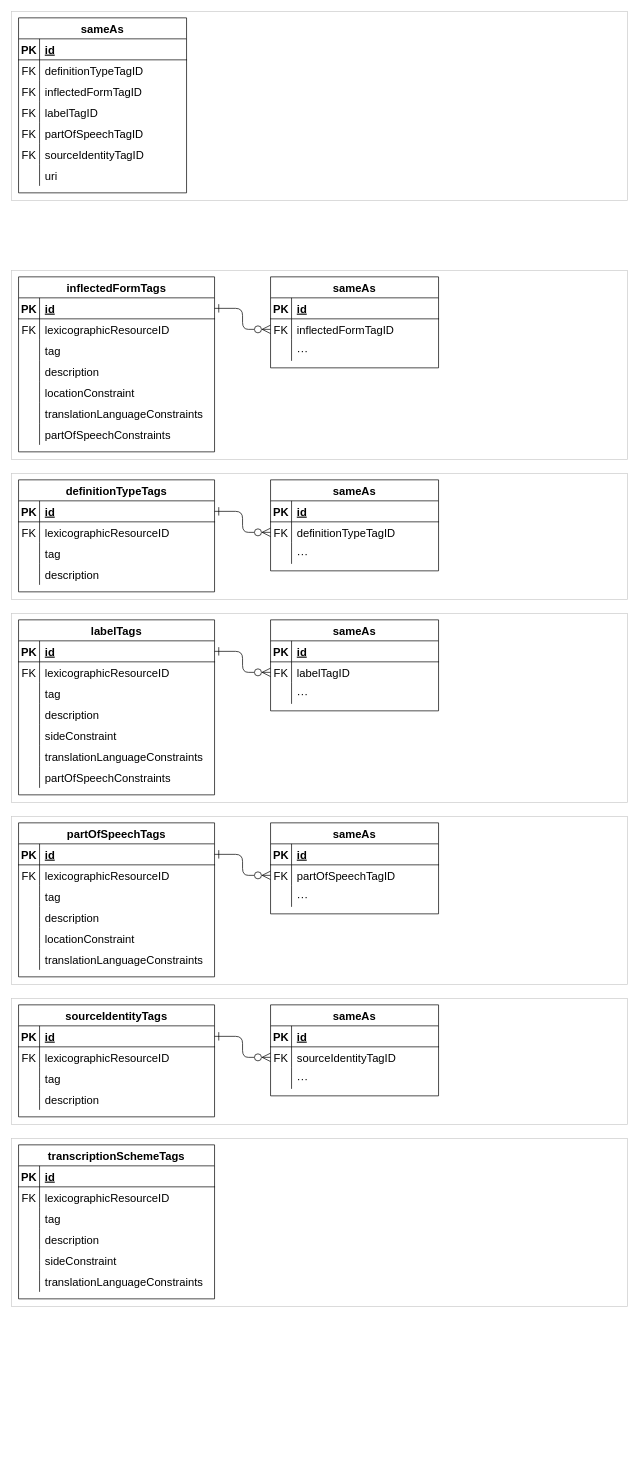
oasis-tcs/lexidma keeps this draw.io diagram as dmlex-v1.0/specification/modules/values/databaseDiagrams/diagrams.drawio. Above is the earlier version. Source tidied: cells renumbered, new cells numbered last; positions are measured from the earlier drawing's top-left corner, leaving out a move shared by most shapes. Both pictures are drawn from the tidied source at 70%, with x=0, y=0 at pixel (11, 11).
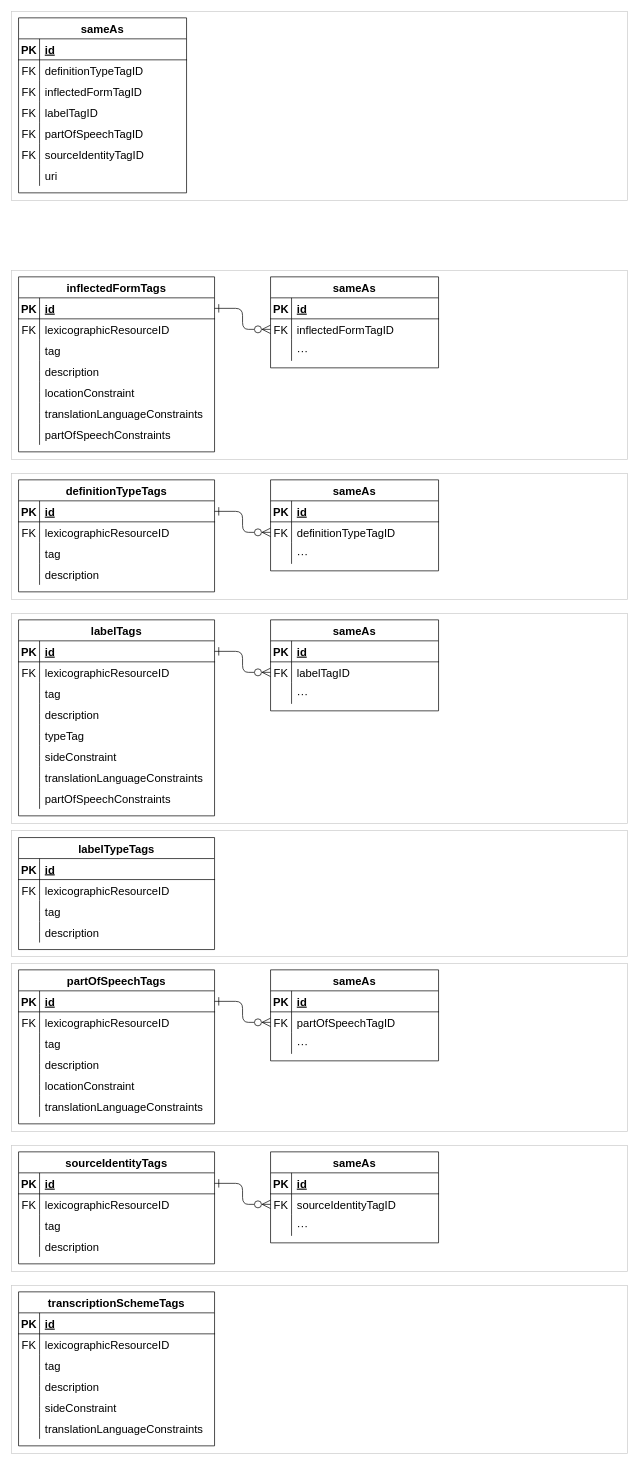
The same diagram, later.

What changed in the source:
```diff
@@
     <mxCell id="84" style="rounded=0;whiteSpace=wrap;html=1;strokeColor=#CCCCCC;" parent="1" vertex="1">
-      <mxGeometry y="860" width="880" height="270" as="geometry" />
+      <mxGeometry y="860" width="880" height="300" as="geometry" />
     </mxCell>
     <mxCell id="85" value="labelTags" style="shape=table;startSize=30;childLayout=tableLayout;rowLines=0;fontStyle=1;align=center;fontSize=16;" parent="1" vertex="1">
-      <mxGeometry x="10" y="869" width="280" height="250" as="geometry" />
+      <mxGeometry x="10" y="869" width="280" height="280" as="geometry" />
     </mxCell>
@@
+    <mxCell id="194" style="shape=tableRow;horizontal=0;startSize=0;swimlaneHead=0;swimlaneBody=0;fillColor=none;top=0;left=0;right=0;bottom=0;fontSize=16;" parent="85" vertex="1">
+      <mxGeometry y="120" width="280" height="30" as="geometry" />
+    </mxCell>
+    <mxCell id="195" style="shape=partialRectangle;fillColor=none;top=0;left=0;bottom=0;right=0;overflow=hidden;fontSize=16;" parent="194" vertex="1">
+      <mxGeometry width="30" height="30" as="geometry" />
+    </mxCell>
+    <mxCell id="196" value="description" style="shape=partialRectangle;fillColor=none;top=0;left=0;bottom=0;right=0;align=left;spacingLeft=6;overflow=hidden;fontSize=16;" parent="194" vertex="1">
+      <mxGeometry x="30" width="250" height="30" as="geometry" />
+    </mxCell>
     <mxCell id="95" style="shape=tableRow;horizontal=0;startSize=0;swimlaneHead=0;swimlaneBody=0;fillColor=none;top=0;left=0;right=0;bottom=0;fontSize=16;" parent="85" vertex="1">
-      <mxGeometry y="120" width="280" height="30" as="geometry" />
+      <mxGeometry y="150" width="280" height="30" as="geometry" />
     </mxCell>
@@
-    <mxCell id="97" value="description" style="shape=partialRectangle;fillColor=none;top=0;left=0;bottom=0;right=0;align=left;spacingLeft=6;overflow=hidden;fontSize=16;" parent="95" vertex="1">
+    <mxCell id="97" value="typeTag" style="shape=partialRectangle;fillColor=none;top=0;left=0;bottom=0;right=0;align=left;spacingLeft=6;overflow=hidden;fontSize=16;" parent="95" vertex="1">
       <mxGeometry x="30" width="250" height="30" as="geometry" />
     </mxCell>
     <mxCell id="98" style="shape=tableRow;horizontal=0;startSize=0;swimlaneHead=0;swimlaneBody=0;fillColor=none;top=0;left=0;right=0;bottom=0;fontSize=16;" parent="85" vertex="1">
-      <mxGeometry y="150" width="280" height="30" as="geometry" />
+      <mxGeometry y="180" width="280" height="30" as="geometry" />
     </mxCell>
@@
     <mxCell id="101" style="shape=tableRow;horizontal=0;startSize=0;swimlaneHead=0;swimlaneBody=0;fillColor=none;top=0;left=0;right=0;bottom=0;fontSize=16;" parent="85" vertex="1">
-      <mxGeometry y="180" width="280" height="30" as="geometry" />
+      <mxGeometry y="210" width="280" height="30" as="geometry" />
     </mxCell>
@@
     <mxCell id="104" style="shape=tableRow;horizontal=0;startSize=0;swimlaneHead=0;swimlaneBody=0;fillColor=none;top=0;left=0;right=0;bottom=0;fontSize=16;" parent="85" vertex="1">
-      <mxGeometry y="210" width="280" height="30" as="geometry" />
+      <mxGeometry y="240" width="280" height="30" as="geometry" />
     </mxCell>
@@
     <mxCell id="118" style="rounded=0;whiteSpace=wrap;html=1;strokeColor=#CCCCCC;" parent="1" vertex="1">
-      <mxGeometry y="1150" width="880" height="240" as="geometry" />
+      <mxGeometry y="1360" width="880" height="240" as="geometry" />
     </mxCell>
     <mxCell id="119" value="partOfSpeechTags" style="shape=table;startSize=30;childLayout=tableLayout;rowLines=0;fontStyle=1;align=center;fontSize=16;" parent="1" vertex="1">
-      <mxGeometry x="10" y="1159" width="280" height="220" as="geometry" />
+      <mxGeometry x="10" y="1369" width="280" height="220" as="geometry" />
     </mxCell>
@@
     <mxCell id="138" value="sameAs" style="shape=table;startSize=30;childLayout=tableLayout;rowLines=0;fontStyle=1;align=center;fontSize=16;" parent="1" vertex="1">
-      <mxGeometry x="370" y="1159" width="240" height="130" as="geometry" />
+      <mxGeometry x="370" y="1369" width="240" height="130" as="geometry" />
     </mxCell>
@@
     <mxCell id="149" style="rounded=0;whiteSpace=wrap;html=1;strokeColor=#CCCCCC;" parent="1" vertex="1">
-      <mxGeometry y="1410" width="880" height="180" as="geometry" />
+      <mxGeometry y="1620" width="880" height="180" as="geometry" />
     </mxCell>
     <mxCell id="150" value="sourceIdentityTags" style="shape=table;startSize=30;childLayout=tableLayout;rowLines=0;fontStyle=1;align=center;fontSize=16;" parent="1" vertex="1">
-      <mxGeometry x="10" y="1419" width="280" height="160" as="geometry" />
+      <mxGeometry x="10" y="1629" width="280" height="160" as="geometry" />
     </mxCell>
@@
     <mxCell id="163" value="sameAs" style="shape=table;startSize=30;childLayout=tableLayout;rowLines=0;fontStyle=1;align=center;fontSize=16;" parent="1" vertex="1">
-      <mxGeometry x="370" y="1419" width="240" height="130" as="geometry" />
+      <mxGeometry x="370" y="1629" width="240" height="130" as="geometry" />
     </mxCell>
@@
     <mxCell id="174" style="rounded=0;whiteSpace=wrap;html=1;strokeColor=#CCCCCC;" parent="1" vertex="1">
-      <mxGeometry y="1610" width="880" height="240" as="geometry" />
+      <mxGeometry y="1820" width="880" height="240" as="geometry" />
     </mxCell>
     <mxCell id="175" value="transcriptionSchemeTags" style="shape=table;startSize=30;childLayout=tableLayout;rowLines=0;fontStyle=1;align=center;fontSize=16;" parent="1" vertex="1">
-      <mxGeometry x="10" y="1619" width="280" height="220" as="geometry" />
+      <mxGeometry x="10" y="1829" width="280" height="220" as="geometry" />
     </mxCell>
@@
+    <mxCell id="197" style="rounded=0;whiteSpace=wrap;html=1;strokeColor=#CCCCCC;" parent="1" vertex="1">
+      <mxGeometry y="1170" width="880" height="180" as="geometry" />
+    </mxCell>
+    <mxCell id="198" value="labelTypeTags" style="shape=table;startSize=30;childLayout=tableLayout;rowLines=0;fontStyle=1;align=center;fontSize=16;" parent="1" vertex="1">
+      <mxGeometry x="10" y="1180" width="280" height="160" as="geometry" />
+    </mxCell>
+    <mxCell id="199" style="shape=tableRow;horizontal=0;startSize=0;swimlaneHead=0;swimlaneBody=0;fillColor=none;top=0;left=0;right=0;bottom=1;fontSize=16;" parent="198" vertex="1">
+      <mxGeometry y="30" width="280" height="30" as="geometry" />
+    </mxCell>
+    <mxCell id="200" value="PK" style="shape=partialRectangle;fillColor=none;top=0;left=0;bottom=0;right=0;fontStyle=1;overflow=hidden;fontSize=16;" parent="199" vertex="1">
+      <mxGeometry width="30" height="30" as="geometry" />
+    </mxCell>
+    <mxCell id="201" value="id" style="shape=partialRectangle;fillColor=none;top=0;left=0;bottom=0;right=0;align=left;spacingLeft=6;fontStyle=5;overflow=hidden;fontSize=16;" parent="199" vertex="1">
+      <mxGeometry x="30" width="250" height="30" as="geometry" />
+    </mxCell>
+    <mxCell id="202" style="shape=tableRow;horizontal=0;startSize=0;swimlaneHead=0;swimlaneBody=0;fillColor=none;top=0;left=0;right=0;bottom=0;fontSize=16;" parent="198" vertex="1">
+      <mxGeometry y="60" width="280" height="30" as="geometry" />
+    </mxCell>
+    <mxCell id="203" value="FK" style="shape=partialRectangle;fillColor=none;top=0;left=0;bottom=0;right=0;overflow=hidden;fontSize=16;" parent="202" vertex="1">
+      <mxGeometry width="30" height="30" as="geometry" />
+    </mxCell>
+    <mxCell id="204" value="lexicographicResourceID" style="shape=partialRectangle;fillColor=none;top=0;left=0;bottom=0;right=0;align=left;spacingLeft=6;overflow=hidden;fontSize=16;" parent="202" vertex="1">
+      <mxGeometry x="30" width="250" height="30" as="geometry" />
+    </mxCell>
+    <mxCell id="205" style="shape=tableRow;horizontal=0;startSize=0;swimlaneHead=0;swimlaneBody=0;fillColor=none;top=0;left=0;right=0;bottom=0;fontSize=16;" parent="198" vertex="1">
+      <mxGeometry y="90" width="280" height="30" as="geometry" />
+    </mxCell>
+    <mxCell id="206" style="shape=partialRectangle;fillColor=none;top=0;left=0;bottom=0;right=0;overflow=hidden;fontSize=16;" parent="205" vertex="1">
+      <mxGeometry width="30" height="30" as="geometry" />
+    </mxCell>
+    <mxCell id="207" value="tag" style="shape=partialRectangle;fillColor=none;top=0;left=0;bottom=0;right=0;align=left;spacingLeft=6;overflow=hidden;fontSize=16;" parent="205" vertex="1">
+      <mxGeometry x="30" width="250" height="30" as="geometry" />
+    </mxCell>
+    <mxCell id="208" style="shape=tableRow;horizontal=0;startSize=0;swimlaneHead=0;swimlaneBody=0;fillColor=none;top=0;left=0;right=0;bottom=0;fontSize=16;" parent="198" vertex="1">
+      <mxGeometry y="120" width="280" height="30" as="geometry" />
+    </mxCell>
+    <mxCell id="209" style="shape=partialRectangle;fillColor=none;top=0;left=0;bottom=0;right=0;overflow=hidden;fontSize=16;" parent="208" vertex="1">
+      <mxGeometry width="30" height="30" as="geometry" />
+    </mxCell>
+    <mxCell id="210" value="description" style="shape=partialRectangle;fillColor=none;top=0;left=0;bottom=0;right=0;align=left;spacingLeft=6;overflow=hidden;fontSize=16;" parent="208" vertex="1">
+      <mxGeometry x="30" width="250" height="30" as="geometry" />
+    </mxCell>
```
